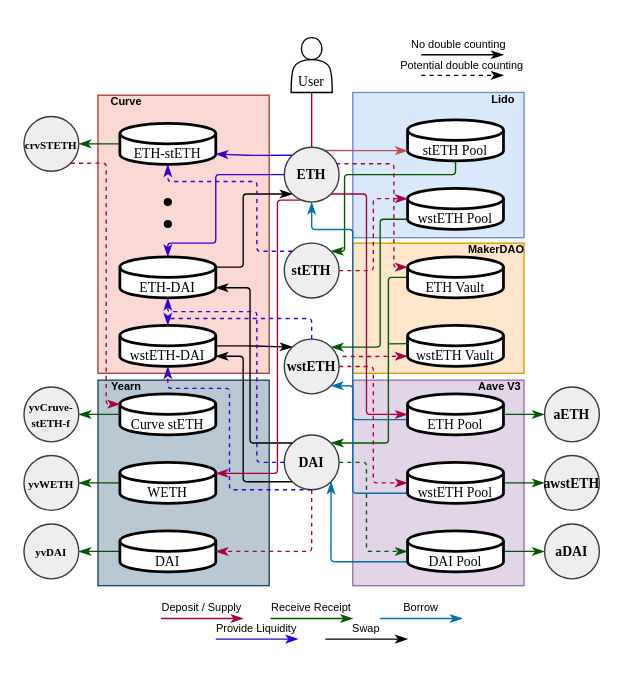
Before: diagrams/complexity.drawio in lyc0603/tvl-measurement, a draw.io diagram. Source tidied: cells renumbered, new cells numbered last; positions are measured from the earlier drawing's top-left corner, leaving out a move shared by most shapes. Both pictures are drawn from the tidied source at 137%, with x=0, y=0 at pixel (23, 26).
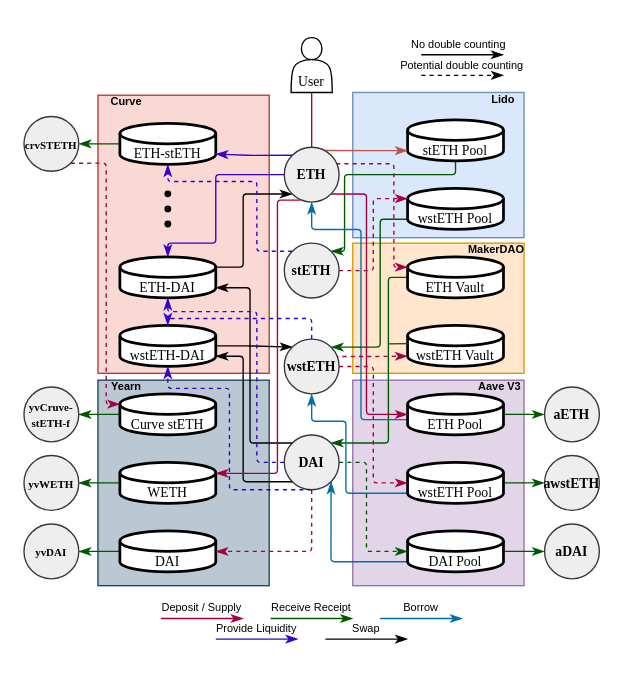
After the change.

The change refers to these unchanged cells:
```xml
<mxCell id="16" value="wstETH Pool" style="shape=cylinder3;whiteSpace=wrap;html=1;boundedLbl=1;backgroundOutline=1;size=7.5;strokeWidth=2;fontFamily=Times New Roman;fontStyle=0;fontSize=10;rounded=0;" parent="1" vertex="1">
  <mxGeometry x="280" y="318" width="70" height="30" as="geometry" />
</mxCell>
<mxCell id="19" value="ETH Pool" style="shape=cylinder3;whiteSpace=wrap;html=1;boundedLbl=1;backgroundOutline=1;size=7.5;strokeWidth=2;fontFamily=Times New Roman;fontStyle=0;fontSize=10;rounded=0;" parent="1" vertex="1">
  <mxGeometry x="280" y="268" width="70" height="30" as="geometry" />
</mxCell>
<mxCell id="66" value="&lt;b&gt;wstETH&lt;/b&gt;" style="ellipse;whiteSpace=wrap;html=1;labelBackgroundColor=none;labelBorderColor=none;fillColor=#eeeeee;strokeColor=#36393d;fontSize=10;fontFamily=Times New Roman;rounded=0;" parent="1" vertex="1">
  <mxGeometry x="190" y="228" width="40" height="40" as="geometry" />
</mxCell>
<mxCell id="68" value="&lt;b style=&quot;font-size: 10px;&quot;&gt;ETH&lt;/b&gt;" style="ellipse;whiteSpace=wrap;html=1;labelBackgroundColor=none;labelBorderColor=none;fillColor=#eeeeee;strokeColor=#36393d;fontSize=10;fontFamily=Times New Roman;rounded=0;" parent="1" vertex="1">
  <mxGeometry x="190" y="88" width="40" height="40" as="geometry" />
</mxCell>
```

Change to the diagram source:
```diff
@@
-    <mxCell id="15" style="edgeStyle=orthogonalEdgeStyle;rounded=1;jettySize=auto;html=1;exitX=0;exitY=1;exitDx=0;exitDy=-7.5;exitPerimeter=0;entryX=1;entryY=1;entryDx=0;entryDy=0;endArrow=classicThin;endFill=1;arcSize=5;fillColor=#1ba1e2;strokeColor=#006EAF;" parent="1" edge="1" source="16" target="66">
+    <mxCell id="15" style="edgeStyle=orthogonalEdgeStyle;rounded=1;jettySize=auto;html=1;exitX=0;exitY=1;exitDx=0;exitDy=-7.5;exitPerimeter=0;entryX=0.5;entryY=1;entryDx=0;entryDy=0;endArrow=classicThin;endFill=1;arcSize=5;fillColor=#1ba1e2;strokeColor=#006EAF;" parent="1" edge="1" source="16" target="66">
       <mxGeometry relative="1" as="geometry">
         <Array as="points">
-          <mxPoint x="240" y="340" />
-          <mxPoint x="240" y="262" />
+          <mxPoint x="235" y="340" />
+          <mxPoint x="235" y="288" />
+          <mxPoint x="210" y="288" />
         </Array>
       </mxGeometry>
     </mxCell>
@@
     <mxCell id="18" style="edgeStyle=orthogonalEdgeStyle;rounded=1;jettySize=auto;html=1;exitX=0;exitY=0;exitDx=0;exitDy=18.75;exitPerimeter=0;entryX=0.5;entryY=1;entryDx=0;entryDy=0;endArrow=classicThin;endFill=1;arcSize=5;fillColor=#1ba1e2;strokeColor=#006EAF;" parent="1" edge="1" source="19" target="68">
       <mxGeometry relative="1" as="geometry">
         <Array as="points">
-          <mxPoint x="240" y="287" />
-          <mxPoint x="240" y="148" />
+          <mxPoint x="246" y="287" />
+          <mxPoint x="246" y="148" />
           <mxPoint x="210" y="148" />
         </Array>
       </mxGeometry>
     </mxCell>
@@
-    <mxCell id="79" style="shape=waypoint;sketch=0;fillStyle=solid;size=6;fillColor=none;perimeter=centerPerimeter;" parent="1" vertex="1">
-      <mxGeometry x="95" y="118" width="20" height="20" as="geometry" />
-    </mxCell>
-    <mxCell id="80" style="shape=waypoint;sketch=0;fillStyle=solid;size=6;fillColor=none;perimeter=centerPerimeter;" parent="1" vertex="1">
+    <mxCell id="80" style="shape=waypoint;sketch=0;fillStyle=solid;size=6;fillColor=none;perimeter=centerPerimeter;strokeWidth=0.5;" parent="1" vertex="1">
       <mxGeometry x="95" y="134" width="20" height="20" as="geometry" />
     </mxCell>
@@
+    <mxCell id="93" style="shape=waypoint;sketch=0;fillStyle=solid;size=6;fillColor=none;perimeter=centerPerimeter;strokeWidth=0.5;" parent="1" vertex="1">
+      <mxGeometry x="95" y="123" width="20" height="20" as="geometry" />
+    </mxCell>
+    <mxCell id="94" style="shape=waypoint;sketch=0;fillStyle=solid;size=6;fillColor=none;perimeter=centerPerimeter;strokeWidth=0.5;" parent="1" vertex="1">
+      <mxGeometry x="95" y="112" width="20" height="20" as="geometry" />
+    </mxCell>
```
